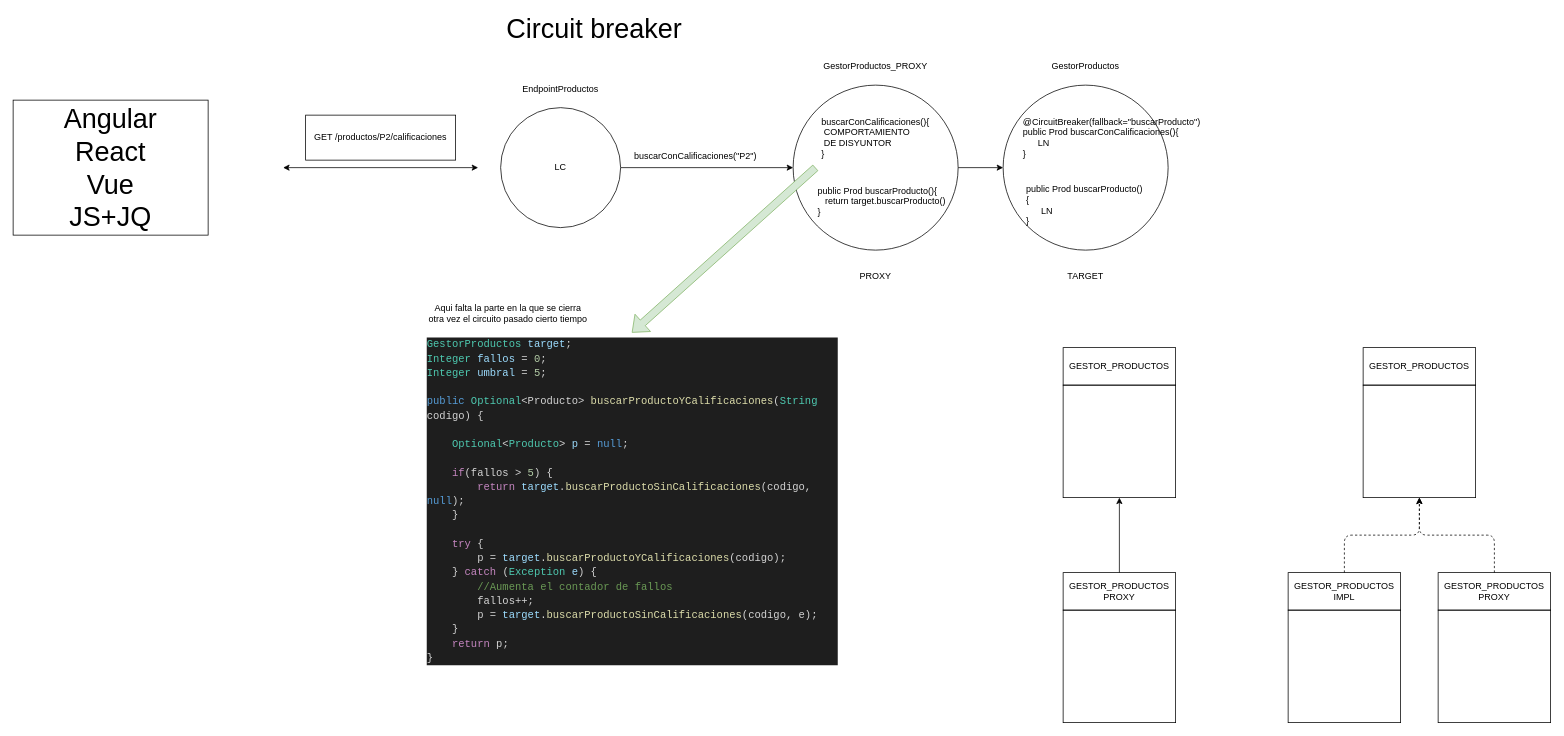
The draw.io diagram page "Página-17" (18 of 33) of patrones_2022_5.drawio in lrag/Patrones, before the edit. Source tidied: cells renumbered, new cells numbered last; positions are measured from the earlier drawing's top-left corner, leaving out a move shared by most shapes. Both pictures are drawn from the tidied source at 75%, with x=0, y=0 at pixel (13, 17).
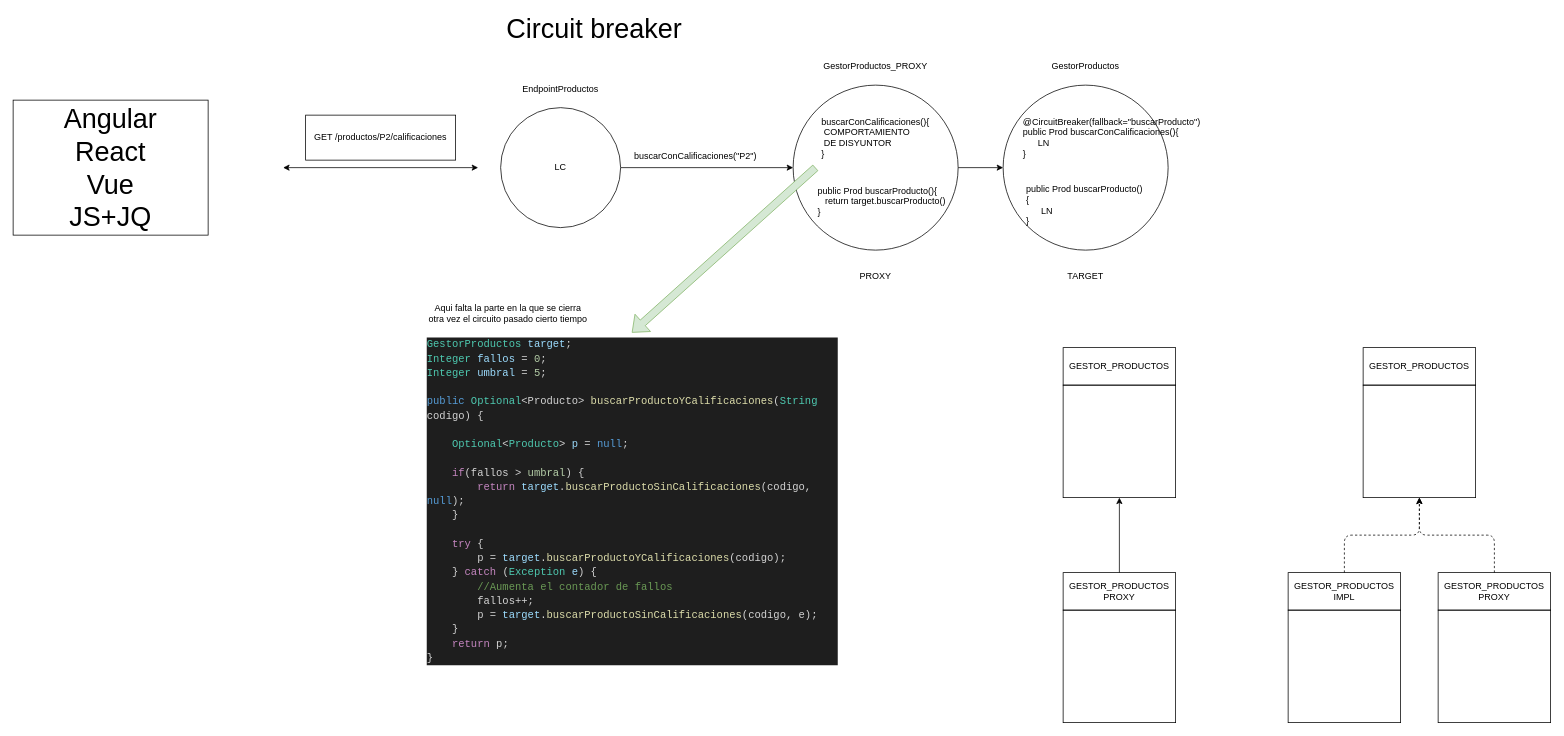
The same page after the edit.

The edit, as a diff of the source:
```diff
@@
-    <mxCell id="18" value="&lt;div style=&quot;color: rgb(212, 212, 212); background-color: rgb(30, 30, 30); font-family: consolas, &amp;quot;courier new&amp;quot;, monospace; font-weight: normal; font-size: 14px; line-height: 19px;&quot;&gt;&lt;div&gt;&lt;span style=&quot;color: #4ec9b0&quot;&gt;GestorProductos&lt;/span&gt;&lt;span style=&quot;color: #d4d4d4&quot;&gt; &lt;/span&gt;&lt;span style=&quot;color: #9cdcfe&quot;&gt;target&lt;/span&gt;&lt;span style=&quot;color: #d4d4d4&quot;&gt;;&lt;/span&gt;&lt;/div&gt;&lt;div&gt;&lt;span style=&quot;color: #4ec9b0&quot;&gt;Integer&lt;/span&gt;&lt;span style=&quot;color: #d4d4d4&quot;&gt; &lt;/span&gt;&lt;span style=&quot;color: #9cdcfe&quot;&gt;fallos&lt;/span&gt;&lt;span style=&quot;color: #d4d4d4&quot;&gt; = &lt;/span&gt;&lt;span style=&quot;color: #b5cea8&quot;&gt;0&lt;/span&gt;&lt;span style=&quot;color: #d4d4d4&quot;&gt;;&lt;/span&gt;&lt;/div&gt;&lt;div&gt;&lt;span style=&quot;color: #4ec9b0&quot;&gt;Integer&lt;/span&gt;&lt;span style=&quot;color: #d4d4d4&quot;&gt; &lt;/span&gt;&lt;span style=&quot;color: #9cdcfe&quot;&gt;umbral&lt;/span&gt;&lt;span style=&quot;color: #d4d4d4&quot;&gt; = &lt;/span&gt;&lt;span style=&quot;color: #b5cea8&quot;&gt;5&lt;/span&gt;&lt;span style=&quot;color: #d4d4d4&quot;&gt;;&lt;/span&gt;&lt;/div&gt;&lt;br&gt;&lt;div&gt;&lt;span style=&quot;color: #569cd6&quot;&gt;public&lt;/span&gt;&lt;span style=&quot;color: #d4d4d4&quot;&gt; &lt;/span&gt;&lt;span style=&quot;color: #4ec9b0&quot;&gt;Optional&lt;/span&gt;&lt;span style=&quot;color: #d4d4d4&quot;&gt;&amp;lt;Producto&amp;gt; &lt;/span&gt;&lt;span style=&quot;color: #dcdcaa&quot;&gt;buscarProductoYCalificaciones&lt;/span&gt;&lt;span style=&quot;color: #d4d4d4&quot;&gt;(&lt;/span&gt;&lt;span style=&quot;color: #4ec9b0&quot;&gt;String&lt;/span&gt;&lt;span style=&quot;color: #d4d4d4&quot;&gt; codigo) {&lt;/span&gt;&lt;/div&gt;&lt;div&gt;&lt;span style=&quot;color: #d4d4d4&quot;&gt;&amp;nbsp; &amp;nbsp; &lt;/span&gt;&lt;/div&gt;&lt;div&gt;&lt;span style=&quot;color: #d4d4d4&quot;&gt;&amp;nbsp; &amp;nbsp; &lt;/span&gt;&lt;span style=&quot;color: #4ec9b0&quot;&gt;Optional&lt;/span&gt;&lt;span style=&quot;color: #d4d4d4&quot;&gt;&amp;lt;&lt;/span&gt;&lt;span style=&quot;color: #4ec9b0&quot;&gt;Producto&lt;/span&gt;&lt;span style=&quot;color: #d4d4d4&quot;&gt;&amp;gt; &lt;/span&gt;&lt;span style=&quot;color: #9cdcfe&quot;&gt;p&lt;/span&gt;&lt;span style=&quot;color: #d4d4d4&quot;&gt; = &lt;/span&gt;&lt;span style=&quot;color: #569cd6&quot;&gt;null&lt;/span&gt;&lt;span style=&quot;color: #d4d4d4&quot;&gt;;&lt;/span&gt;&lt;/div&gt;&lt;div&gt;&lt;span style=&quot;color: #d4d4d4&quot;&gt;&amp;nbsp; &amp;nbsp; &lt;/span&gt;&lt;/div&gt;&lt;div&gt;&lt;span style=&quot;color: #d4d4d4&quot;&gt;&amp;nbsp; &amp;nbsp; &lt;/span&gt;&lt;span style=&quot;color: #c586c0&quot;&gt;if&lt;/span&gt;&lt;span style=&quot;color: #d4d4d4&quot;&gt;(fallos &amp;gt; &lt;/span&gt;&lt;span style=&quot;color: #b5cea8&quot;&gt;5&lt;/span&gt;&lt;span style=&quot;color: #d4d4d4&quot;&gt;) {&lt;/span&gt;&lt;/div&gt;&lt;div&gt;&lt;span style=&quot;color: #d4d4d4&quot;&gt;&amp;nbsp; &amp;nbsp; &amp;nbsp; &amp;nbsp; &lt;/span&gt;&lt;span style=&quot;color: #c586c0&quot;&gt;return&lt;/span&gt;&lt;span style=&quot;color: #d4d4d4&quot;&gt; &lt;/span&gt;&lt;span style=&quot;color: #9cdcfe&quot;&gt;target&lt;/span&gt;&lt;span style=&quot;color: #d4d4d4&quot;&gt;.&lt;/span&gt;&lt;span style=&quot;color: #dcdcaa&quot;&gt;buscarProductoSinCalificaciones&lt;/span&gt;&lt;span style=&quot;color: #d4d4d4&quot;&gt;(codigo, &lt;/span&gt;&lt;span style=&quot;color: #569cd6&quot;&gt;null&lt;/span&gt;&lt;span style=&quot;color: #d4d4d4&quot;&gt;);&lt;/span&gt;&lt;/div&gt;&lt;div&gt;&lt;span style=&quot;color: #d4d4d4&quot;&gt;&amp;nbsp; &amp;nbsp; }&lt;/span&gt;&lt;/div&gt;&lt;br&gt;&lt;div&gt;&lt;span style=&quot;color: #d4d4d4&quot;&gt;&amp;nbsp; &amp;nbsp; &lt;/span&gt;&lt;span style=&quot;color: #c586c0&quot;&gt;try&lt;/span&gt;&lt;span style=&quot;color: #d4d4d4&quot;&gt; {&lt;/span&gt;&lt;/div&gt;&lt;div&gt;&lt;span style=&quot;color: #d4d4d4&quot;&gt;&amp;nbsp; &amp;nbsp; &amp;nbsp; &amp;nbsp; p = &lt;/span&gt;&lt;span style=&quot;color: #9cdcfe&quot;&gt;target&lt;/span&gt;&lt;span style=&quot;color: #d4d4d4&quot;&gt;.&lt;/span&gt;&lt;span style=&quot;color: #dcdcaa&quot;&gt;buscarProductoYCalificaciones&lt;/span&gt;&lt;span style=&quot;color: #d4d4d4&quot;&gt;(codigo);&lt;/span&gt;&lt;/div&gt;&lt;div&gt;&lt;span style=&quot;color: #d4d4d4&quot;&gt;&amp;nbsp; &amp;nbsp; } &lt;/span&gt;&lt;span style=&quot;color: #c586c0&quot;&gt;catch&lt;/span&gt;&lt;span style=&quot;color: #d4d4d4&quot;&gt; (&lt;/span&gt;&lt;span style=&quot;color: #4ec9b0&quot;&gt;Exception&lt;/span&gt;&lt;span style=&quot;color: #d4d4d4&quot;&gt; &lt;/span&gt;&lt;span style=&quot;color: #9cdcfe&quot;&gt;e&lt;/span&gt;&lt;span style=&quot;color: #d4d4d4&quot;&gt;) {&lt;/span&gt;&lt;/div&gt;&lt;div&gt;&lt;span style=&quot;color: #d4d4d4&quot;&gt;&amp;nbsp; &amp;nbsp; &amp;nbsp; &amp;nbsp; &lt;/span&gt;&lt;span style=&quot;color: #6a9955&quot;&gt;//Aumenta el contador de fallos&lt;/span&gt;&lt;/div&gt;&lt;div&gt;&lt;span style=&quot;color: #d4d4d4&quot;&gt;&amp;nbsp; &amp;nbsp; &amp;nbsp; &amp;nbsp; fallos++;&lt;/span&gt;&lt;/div&gt;&lt;div&gt;&lt;span style=&quot;color: #d4d4d4&quot;&gt;&amp;nbsp; &amp;nbsp; &amp;nbsp; &amp;nbsp; p = &lt;/span&gt;&lt;span style=&quot;color: #9cdcfe&quot;&gt;target&lt;/span&gt;&lt;span style=&quot;color: #d4d4d4&quot;&gt;.&lt;/span&gt;&lt;span style=&quot;color: #dcdcaa&quot;&gt;buscarProductoSinCalificaciones&lt;/span&gt;&lt;span style=&quot;color: #d4d4d4&quot;&gt;(codigo, e);&lt;/span&gt;&lt;/div&gt;&lt;div&gt;&lt;span style=&quot;color: #d4d4d4&quot;&gt;&amp;nbsp; &amp;nbsp; } &amp;nbsp; &amp;nbsp; &amp;nbsp; &lt;/span&gt;&lt;/div&gt;&lt;div&gt;&lt;span style=&quot;color: #d4d4d4&quot;&gt;&amp;nbsp; &amp;nbsp; &lt;/span&gt;&lt;span style=&quot;color: #c586c0&quot;&gt;return&lt;/span&gt;&lt;span style=&quot;color: #d4d4d4&quot;&gt; p; &amp;nbsp; &amp;nbsp; &amp;nbsp; &lt;/span&gt;&lt;/div&gt;&lt;div&gt;&lt;span style=&quot;color: #d4d4d4&quot;&gt;}&lt;/span&gt;&lt;/div&gt;&lt;/div&gt;" style="text;whiteSpace=wrap;html=1;" parent="1" vertex="1">
+    <mxCell id="18" value="&lt;div style=&quot;background-color: rgb(30 , 30 , 30) ; font-family: &amp;#34;consolas&amp;#34; , &amp;#34;courier new&amp;#34; , monospace ; font-weight: normal ; font-size: 14px ; line-height: 19px&quot;&gt;&lt;div style=&quot;color: rgb(212 , 212 , 212)&quot;&gt;&lt;span style=&quot;color: #4ec9b0&quot;&gt;GestorProductos&lt;/span&gt;&lt;span style=&quot;color: #d4d4d4&quot;&gt; &lt;/span&gt;&lt;span style=&quot;color: #9cdcfe&quot;&gt;target&lt;/span&gt;&lt;span style=&quot;color: #d4d4d4&quot;&gt;;&lt;/span&gt;&lt;/div&gt;&lt;div style=&quot;color: rgb(212 , 212 , 212)&quot;&gt;&lt;span style=&quot;color: #4ec9b0&quot;&gt;Integer&lt;/span&gt;&lt;span style=&quot;color: #d4d4d4&quot;&gt; &lt;/span&gt;&lt;span style=&quot;color: #9cdcfe&quot;&gt;fallos&lt;/span&gt;&lt;span style=&quot;color: #d4d4d4&quot;&gt; = &lt;/span&gt;&lt;span style=&quot;color: #b5cea8&quot;&gt;0&lt;/span&gt;&lt;span style=&quot;color: #d4d4d4&quot;&gt;;&lt;/span&gt;&lt;/div&gt;&lt;div style=&quot;color: rgb(212 , 212 , 212)&quot;&gt;&lt;span style=&quot;color: #4ec9b0&quot;&gt;Integer&lt;/span&gt;&lt;span style=&quot;color: #d4d4d4&quot;&gt; &lt;/span&gt;&lt;span style=&quot;color: #9cdcfe&quot;&gt;umbral&lt;/span&gt;&lt;span style=&quot;color: #d4d4d4&quot;&gt; = &lt;/span&gt;&lt;span style=&quot;color: #b5cea8&quot;&gt;5&lt;/span&gt;&lt;span style=&quot;color: #d4d4d4&quot;&gt;;&lt;/span&gt;&lt;/div&gt;&lt;br&gt;&lt;div style=&quot;color: rgb(212 , 212 , 212)&quot;&gt;&lt;span style=&quot;color: #569cd6&quot;&gt;public&lt;/span&gt;&lt;span style=&quot;color: #d4d4d4&quot;&gt; &lt;/span&gt;&lt;span style=&quot;color: #4ec9b0&quot;&gt;Optional&lt;/span&gt;&lt;span style=&quot;color: #d4d4d4&quot;&gt;&amp;lt;Producto&amp;gt; &lt;/span&gt;&lt;span style=&quot;color: #dcdcaa&quot;&gt;buscarProductoYCalificaciones&lt;/span&gt;&lt;span style=&quot;color: #d4d4d4&quot;&gt;(&lt;/span&gt;&lt;span style=&quot;color: #4ec9b0&quot;&gt;String&lt;/span&gt;&lt;span style=&quot;color: #d4d4d4&quot;&gt; codigo) {&lt;/span&gt;&lt;/div&gt;&lt;div style=&quot;color: rgb(212 , 212 , 212)&quot;&gt;&lt;span style=&quot;color: #d4d4d4&quot;&gt;&amp;nbsp; &amp;nbsp; &lt;/span&gt;&lt;/div&gt;&lt;div style=&quot;color: rgb(212 , 212 , 212)&quot;&gt;&lt;span style=&quot;color: #d4d4d4&quot;&gt;&amp;nbsp; &amp;nbsp; &lt;/span&gt;&lt;span style=&quot;color: #4ec9b0&quot;&gt;Optional&lt;/span&gt;&lt;span style=&quot;color: #d4d4d4&quot;&gt;&amp;lt;&lt;/span&gt;&lt;span style=&quot;color: #4ec9b0&quot;&gt;Producto&lt;/span&gt;&lt;span style=&quot;color: #d4d4d4&quot;&gt;&amp;gt; &lt;/span&gt;&lt;span style=&quot;color: #9cdcfe&quot;&gt;p&lt;/span&gt;&lt;span style=&quot;color: #d4d4d4&quot;&gt; = &lt;/span&gt;&lt;span style=&quot;color: #569cd6&quot;&gt;null&lt;/span&gt;&lt;span style=&quot;color: #d4d4d4&quot;&gt;;&lt;/span&gt;&lt;/div&gt;&lt;div style=&quot;color: rgb(212 , 212 , 212)&quot;&gt;&lt;span style=&quot;color: #d4d4d4&quot;&gt;&amp;nbsp; &amp;nbsp; &lt;/span&gt;&lt;/div&gt;&lt;div&gt;&lt;span style=&quot;color: rgb(212 , 212 , 212)&quot;&gt;&amp;nbsp; &amp;nbsp; &lt;/span&gt;&lt;span style=&quot;color: rgb(197 , 134 , 192)&quot;&gt;if&lt;/span&gt;&lt;span style=&quot;color: rgb(212 , 212 , 212)&quot;&gt;(fallos &amp;gt; &lt;/span&gt;&lt;font color=&quot;#b5cea8&quot;&gt;umbral&lt;/font&gt;&lt;span style=&quot;color: rgb(212 , 212 , 212)&quot;&gt;) {&lt;/span&gt;&lt;/div&gt;&lt;div style=&quot;color: rgb(212 , 212 , 212)&quot;&gt;&lt;span style=&quot;color: #d4d4d4&quot;&gt;&amp;nbsp; &amp;nbsp; &amp;nbsp; &amp;nbsp; &lt;/span&gt;&lt;span style=&quot;color: #c586c0&quot;&gt;return&lt;/span&gt;&lt;span style=&quot;color: #d4d4d4&quot;&gt; &lt;/span&gt;&lt;span style=&quot;color: #9cdcfe&quot;&gt;target&lt;/span&gt;&lt;span style=&quot;color: #d4d4d4&quot;&gt;.&lt;/span&gt;&lt;span style=&quot;color: #dcdcaa&quot;&gt;buscarProductoSinCalificaciones&lt;/span&gt;&lt;span style=&quot;color: #d4d4d4&quot;&gt;(codigo, &lt;/span&gt;&lt;span style=&quot;color: #569cd6&quot;&gt;null&lt;/span&gt;&lt;span style=&quot;color: #d4d4d4&quot;&gt;);&lt;/span&gt;&lt;/div&gt;&lt;div style=&quot;color: rgb(212 , 212 , 212)&quot;&gt;&lt;span style=&quot;color: #d4d4d4&quot;&gt;&amp;nbsp; &amp;nbsp; }&lt;/span&gt;&lt;/div&gt;&lt;br&gt;&lt;div style=&quot;color: rgb(212 , 212 , 212)&quot;&gt;&lt;span style=&quot;color: #d4d4d4&quot;&gt;&amp;nbsp; &amp;nbsp; &lt;/span&gt;&lt;span style=&quot;color: #c586c0&quot;&gt;try&lt;/span&gt;&lt;span style=&quot;color: #d4d4d4&quot;&gt; {&lt;/span&gt;&lt;/div&gt;&lt;div style=&quot;color: rgb(212 , 212 , 212)&quot;&gt;&lt;span style=&quot;color: #d4d4d4&quot;&gt;&amp;nbsp; &amp;nbsp; &amp;nbsp; &amp;nbsp; p = &lt;/span&gt;&lt;span style=&quot;color: #9cdcfe&quot;&gt;target&lt;/span&gt;&lt;span style=&quot;color: #d4d4d4&quot;&gt;.&lt;/span&gt;&lt;span style=&quot;color: #dcdcaa&quot;&gt;buscarProductoYCalificaciones&lt;/span&gt;&lt;span style=&quot;color: #d4d4d4&quot;&gt;(codigo);&lt;/span&gt;&lt;/div&gt;&lt;div style=&quot;color: rgb(212 , 212 , 212)&quot;&gt;&lt;span style=&quot;color: #d4d4d4&quot;&gt;&amp;nbsp; &amp;nbsp; } &lt;/span&gt;&lt;span style=&quot;color: #c586c0&quot;&gt;catch&lt;/span&gt;&lt;span style=&quot;color: #d4d4d4&quot;&gt; (&lt;/span&gt;&lt;span style=&quot;color: #4ec9b0&quot;&gt;Exception&lt;/span&gt;&lt;span style=&quot;color: #d4d4d4&quot;&gt; &lt;/span&gt;&lt;span style=&quot;color: #9cdcfe&quot;&gt;e&lt;/span&gt;&lt;span style=&quot;color: #d4d4d4&quot;&gt;) {&lt;/span&gt;&lt;/div&gt;&lt;div style=&quot;color: rgb(212 , 212 , 212)&quot;&gt;&lt;span style=&quot;color: #d4d4d4&quot;&gt;&amp;nbsp; &amp;nbsp; &amp;nbsp; &amp;nbsp; &lt;/span&gt;&lt;span style=&quot;color: #6a9955&quot;&gt;//Aumenta el contador de fallos&lt;/span&gt;&lt;/div&gt;&lt;div style=&quot;color: rgb(212 , 212 , 212)&quot;&gt;&lt;span style=&quot;color: #d4d4d4&quot;&gt;&amp;nbsp; &amp;nbsp; &amp;nbsp; &amp;nbsp; fallos++;&lt;/span&gt;&lt;/div&gt;&lt;div style=&quot;color: rgb(212 , 212 , 212)&quot;&gt;&lt;span style=&quot;color: #d4d4d4&quot;&gt;&amp;nbsp; &amp;nbsp; &amp;nbsp; &amp;nbsp; p = &lt;/span&gt;&lt;span style=&quot;color: #9cdcfe&quot;&gt;target&lt;/span&gt;&lt;span style=&quot;color: #d4d4d4&quot;&gt;.&lt;/span&gt;&lt;span style=&quot;color: #dcdcaa&quot;&gt;buscarProductoSinCalificaciones&lt;/span&gt;&lt;span style=&quot;color: #d4d4d4&quot;&gt;(codigo, e);&lt;/span&gt;&lt;/div&gt;&lt;div style=&quot;color: rgb(212 , 212 , 212)&quot;&gt;&lt;span style=&quot;color: #d4d4d4&quot;&gt;&amp;nbsp; &amp;nbsp; } &amp;nbsp; &amp;nbsp; &amp;nbsp; &lt;/span&gt;&lt;/div&gt;&lt;div style=&quot;color: rgb(212 , 212 , 212)&quot;&gt;&lt;span style=&quot;color: #d4d4d4&quot;&gt;&amp;nbsp; &amp;nbsp; &lt;/span&gt;&lt;span style=&quot;color: #c586c0&quot;&gt;return&lt;/span&gt;&lt;span style=&quot;color: #d4d4d4&quot;&gt; p; &amp;nbsp; &amp;nbsp; &amp;nbsp; &lt;/span&gt;&lt;/div&gt;&lt;div style=&quot;color: rgb(212 , 212 , 212)&quot;&gt;&lt;span style=&quot;color: #d4d4d4&quot;&gt;}&lt;/span&gt;&lt;/div&gt;&lt;/div&gt;" style="text;whiteSpace=wrap;html=1;" parent="1" vertex="1">
       <mxGeometry x="550" y="420" width="550" height="450" as="geometry" />
     </mxCell>
```
